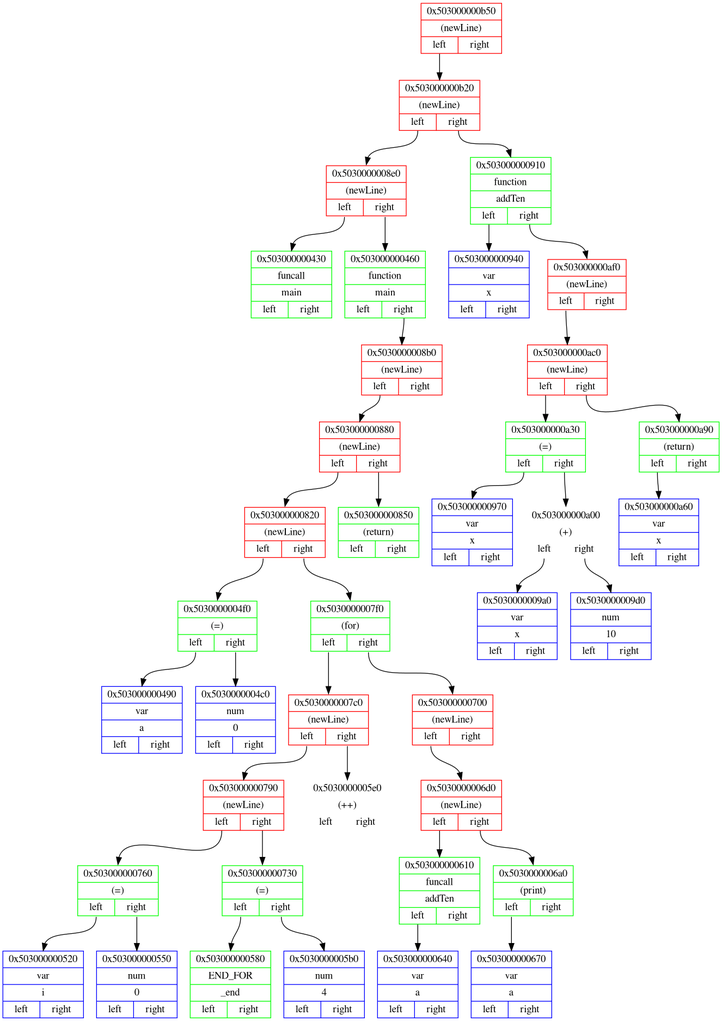
Earlier version of the Graphviz export png_files/frontenedDotFile.dot.png (Matvey787/myProgLanguage). Its source is kept beside it as dot_files/frontenedDotFile.dot.
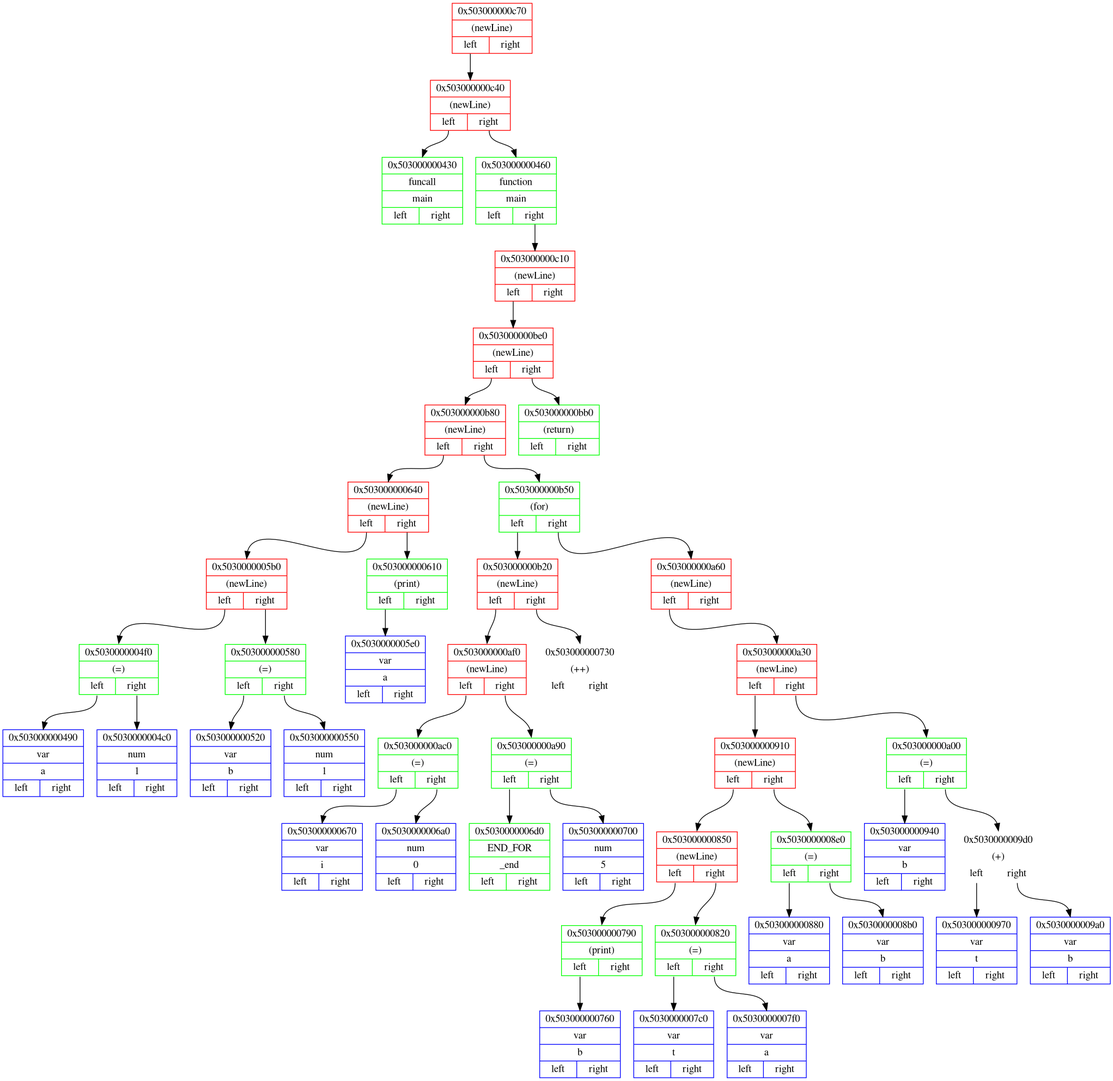
After the commit.

Diff of the diagram source:
```diff
@@ -2,81 +2,93 @@
 {
 rankdir=HR;
 
-node0x503000000b50 [ shape=record, color = red rank = 1, label= "{ 0x503000000b50 | (newLine) |         {<n0x503000000b50_l> left | <n0x503000000b50_r> right}} " ];
-node0x503000000b20 [ shape=record, color = red rank = 2, label= "{ 0x503000000b20 | (newLine) |         {<n0x503000000b20_l> left | <n0x503000000b20_r> right}} " ];
-node0x5030000008e0 [ shape=record, color = red rank = 3, label= "{ 0x5030000008e0 | (newLine) |         {<n0x5030000008e0_l> left | <n0x5030000008e0_r> right}} " ];
-node0x503000000430 [ shape=record, color = green rank = 4, label= "{ 0x503000000430 | funcall | main |         {<n0x503000000430_l> left | <n0x503000000430_r> right}} " ];
-node0x5030000008e0:<n0x5030000008e0_l>:s -> node0x503000000430:n [ color = black; ]
-node0x503000000460 [ shape=record, color = green rank = 5, label= "{ 0x503000000460 | function | main |         {<n0x503000000460_l> left | <n0x503000000460_r> right}} " ];
-node0x5030000008b0 [ shape=record, color = red rank = 6, label= "{ 0x5030000008b0 | (newLine) |         {<n0x5030000008b0_l> left | <n0x5030000008b0_r> right}} " ];
-node0x503000000880 [ shape=record, color = red rank = 7, label= "{ 0x503000000880 | (newLine) |         {<n0x503000000880_l> left | <n0x503000000880_r> right}} " ];
-node0x503000000820 [ shape=record, color = red rank = 8, label= "{ 0x503000000820 | (newLine) |         {<n0x503000000820_l> left | <n0x503000000820_r> right}} " ];
-node0x5030000004f0 [ shape=record, color = green rank = 9, label= "{ 0x5030000004f0 | (=) |         {<n0x5030000004f0_l> left | <n0x5030000004f0_r> right}} " ];
-node0x503000000490 [ shape=record, color = blue rank = 10, label= "{ 0x503000000490 | var | a |         {<n0x503000000490_l> left | <n0x503000000490_r> right}} " ];
+node0x503000000c70 [ shape=record, color = red rank = 1, label= "{ 0x503000000c70 | (newLine) |         {<n0x503000000c70_l> left | <n0x503000000c70_r> right}} " ];
+node0x503000000c40 [ shape=record, color = red rank = 2, label= "{ 0x503000000c40 | (newLine) |         {<n0x503000000c40_l> left | <n0x503000000c40_r> right}} " ];
+node0x503000000430 [ shape=record, color = green rank = 3, label= "{ 0x503000000430 | funcall | main |         {<n0x503000000430_l> left | <n0x503000000430_r> right}} " ];
+node0x503000000c40:<n0x503000000c40_l>:s -> node0x503000000430:n [ color = black; ]
+node0x503000000460 [ shape=record, color = green rank = 4, label= "{ 0x503000000460 | function | main |         {<n0x503000000460_l> left | <n0x503000000460_r> right}} " ];
+node0x503000000c10 [ shape=record, color = red rank = 5, label= "{ 0x503000000c10 | (newLine) |         {<n0x503000000c10_l> left | <n0x503000000c10_r> right}} " ];
+node0x503000000be0 [ shape=record, color = red rank = 6, label= "{ 0x503000000be0 | (newLine) |         {<n0x503000000be0_l> left | <n0x503000000be0_r> right}} " ];
+node0x503000000b80 [ shape=record, color = red rank = 7, label= "{ 0x503000000b80 | (newLine) |         {<n0x503000000b80_l> left | <n0x503000000b80_r> right}} " ];
+node0x503000000640 [ shape=record, color = red rank = 8, label= "{ 0x503000000640 | (newLine) |         {<n0x503000000640_l> left | <n0x503000000640_r> right}} " ];
+node0x5030000005b0 [ shape=record, color = red rank = 9, label= "{ 0x5030000005b0 | (newLine) |         {<n0x5030000005b0_l> left | <n0x5030000005b0_r> right}} " ];
+node0x5030000004f0 [ shape=record, color = green rank = 10, label= "{ 0x5030000004f0 | (=) |         {<n0x5030000004f0_l> left | <n0x5030000004f0_r> right}} " ];
+node0x503000000490 [ shape=record, color = blue rank = 11, label= "{ 0x503000000490 | var | a |         {<n0x503000000490_l> left | <n0x503000000490_r> right}} " ];
 node0x5030000004f0:<n0x5030000004f0_l>:s -> node0x503000000490:n [ color = black; ]
-node0x5030000004c0 [ shape=record, color = blue rank = 11, label= "{ 0x5030000004c0 | num | 0 |         {<n0x5030000004c0_l> left | <n0x5030000004c0_r> right}} " ];
+node0x5030000004c0 [ shape=record, color = blue rank = 12, label= "{ 0x5030000004c0 | num | 1 |         {<n0x5030000004c0_l> left | <n0x5030000004c0_r> right}} " ];
 node0x5030000004f0:<n0x5030000004f0_r>:s -> node0x5030000004c0:n [ color = black; ]
-node0x503000000820:<n0x503000000820_l>:s -> node0x5030000004f0:n [ color = black; ]
-node0x5030000007f0 [ shape=record, color = green rank = 10, label= "{ 0x5030000007f0 | (for) |         {<n0x5030000007f0_l> left | <n0x5030000007f0_r> right}} " ];
-node0x5030000007c0 [ shape=record, color = red rank = 11, label= "{ 0x5030000007c0 | (newLine) |         {<n0x5030000007c0_l> left | <n0x5030000007c0_r> right}} " ];
-node0x503000000790 [ shape=record, color = red rank = 12, label= "{ 0x503000000790 | (newLine) |         {<n0x503000000790_l> left | <n0x503000000790_r> right}} " ];
-node0x503000000760 [ shape=record, color = green rank = 13, label= "{ 0x503000000760 | (=) |         {<n0x503000000760_l> left | <n0x503000000760_r> right}} " ];
-node0x503000000520 [ shape=record, color = blue rank = 14, label= "{ 0x503000000520 | var | i |         {<n0x503000000520_l> left | <n0x503000000520_r> right}} " ];
-node0x503000000760:<n0x503000000760_l>:s -> node0x503000000520:n [ color = black; ]
-node0x503000000550 [ shape=record, color = blue rank = 15, label= "{ 0x503000000550 | num | 0 |         {<n0x503000000550_l> left | <n0x503000000550_r> right}} " ];
-node0x503000000760:<n0x503000000760_r>:s -> node0x503000000550:n [ color = black; ]
+node0x5030000005b0:<n0x5030000005b0_l>:s -> node0x5030000004f0:n [ color = black; ]
+node0x503000000580 [ shape=record, color = green rank = 11, label= "{ 0x503000000580 | (=) |         {<n0x503000000580_l> left | <n0x503000000580_r> right}} " ];
+node0x503000000520 [ shape=record, color = blue rank = 12, label= "{ 0x503000000520 | var | b |         {<n0x503000000520_l> left | <n0x503000000520_r> right}} " ];
+node0x503000000580:<n0x503000000580_l>:s -> node0x503000000520:n [ color = black; ]
+node0x503000000550 [ shape=record, color = blue rank = 13, label= "{ 0x503000000550 | num | 1 |         {<n0x503000000550_l> left | <n0x503000000550_r> right}} " ];
+node0x503000000580:<n0x503000000580_r>:s -> node0x503000000550:n [ color = black; ]
+node0x5030000005b0:<n0x5030000005b0_r>:s -> node0x503000000580:n [ color = black; ]
+node0x503000000640:<n0x503000000640_l>:s -> node0x5030000005b0:n [ color = black; ]
+node0x503000000610 [ shape=record, color = green rank = 10, label= "{ 0x503000000610 | (print) |         {<n0x503000000610_l> left | <n0x503000000610_r> right}} " ];
+node0x5030000005e0 [ shape=record, color = blue rank = 11, label= "{ 0x5030000005e0 | var | a |         {<n0x5030000005e0_l> left | <n0x5030000005e0_r> right}} " ];
+node0x503000000610:<n0x503000000610_l>:s -> node0x5030000005e0:n [ color = black; ]
+node0x503000000640:<n0x503000000640_r>:s -> node0x503000000610:n [ color = black; ]
+node0x503000000b80:<n0x503000000b80_l>:s -> node0x503000000640:n [ color = black; ]
+node0x503000000b50 [ shape=record, color = green rank = 9, label= "{ 0x503000000b50 | (for) |         {<n0x503000000b50_l> left | <n0x503000000b50_r> right}} " ];
+node0x503000000b20 [ shape=record, color = red rank = 10, label= "{ 0x503000000b20 | (newLine) |         {<n0x503000000b20_l> left | <n0x503000000b20_r> right}} " ];
+node0x503000000af0 [ shape=record, color = red rank = 11, label= "{ 0x503000000af0 | (newLine) |         {<n0x503000000af0_l> left | <n0x503000000af0_r> right}} " ];
+node0x503000000ac0 [ shape=record, color = green rank = 12, label= "{ 0x503000000ac0 | (=) |         {<n0x503000000ac0_l> left | <n0x503000000ac0_r> right}} " ];
+node0x503000000670 [ shape=record, color = blue rank = 13, label= "{ 0x503000000670 | var | i |         {<n0x503000000670_l> left | <n0x503000000670_r> right}} " ];
+node0x503000000ac0:<n0x503000000ac0_l>:s -> node0x503000000670:n [ color = black; ]
+node0x5030000006a0 [ shape=record, color = blue rank = 14, label= "{ 0x5030000006a0 | num | 0 |         {<n0x5030000006a0_l> left | <n0x5030000006a0_r> right}} " ];
+node0x503000000ac0:<n0x503000000ac0_r>:s -> node0x5030000006a0:n [ color = black; ]
+node0x503000000af0:<n0x503000000af0_l>:s -> node0x503000000ac0:n [ color = black; ]
+node0x503000000a90 [ shape=record, color = green rank = 13, label= "{ 0x503000000a90 | (=) |         {<n0x503000000a90_l> left | <n0x503000000a90_r> right}} " ];
+node0x5030000006d0 [ shape=record, color = green rank = 14, label= "{ 0x5030000006d0 | END_FOR | _end |         {<n0x5030000006d0_l> left | <n0x5030000006d0_r> right}} " ];
+node0x503000000a90:<n0x503000000a90_l>:s -> node0x5030000006d0:n [ color = black; ]
+node0x503000000700 [ shape=record, color = blue rank = 15, label= "{ 0x503000000700 | num | 5 |         {<n0x503000000700_l> left | <n0x503000000700_r> right}} " ];
+node0x503000000a90:<n0x503000000a90_r>:s -> node0x503000000700:n [ color = black; ]
+node0x503000000af0:<n0x503000000af0_r>:s -> node0x503000000a90:n [ color = black; ]
+node0x503000000b20:<n0x503000000b20_l>:s -> node0x503000000af0:n [ color = black; ]
+node0x503000000730 [ shape=record, color = white rank = 12, label= "{ 0x503000000730 | (++) |         {<n0x503000000730_l> left | <n0x503000000730_r> right}} " ];
+node0x503000000b20:<n0x503000000b20_r>:s -> node0x503000000730:n [ color = black; ]
+node0x503000000b50:<n0x503000000b50_l>:s -> node0x503000000b20:n [ color = black; ]
+node0x503000000a60 [ shape=record, color = red rank = 11, label= "{ 0x503000000a60 | (newLine) |         {<n0x503000000a60_l> left | <n0x503000000a60_r> right}} " ];
+node0x503000000a30 [ shape=record, color = red rank = 12, label= "{ 0x503000000a30 | (newLine) |         {<n0x503000000a30_l> left | <n0x503000000a30_r> right}} " ];
+node0x503000000910 [ shape=record, color = red rank = 13, label= "{ 0x503000000910 | (newLine) |         {<n0x503000000910_l> left | <n0x503000000910_r> right}} " ];
+node0x503000000850 [ shape=record, color = red rank = 14, label= "{ 0x503000000850 | (newLine) |         {<n0x503000000850_l> left | <n0x503000000850_r> right}} " ];
+node0x503000000790 [ shape=record, color = green rank = 15, label= "{ 0x503000000790 | (print) |         {<n0x503000000790_l> left | <n0x503000000790_r> right}} " ];
+node0x503000000760 [ shape=record, color = blue rank = 16, label= "{ 0x503000000760 | var | b |         {<n0x503000000760_l> left | <n0x503000000760_r> right}} " ];
 node0x503000000790:<n0x503000000790_l>:s -> node0x503000000760:n [ color = black; ]
-node0x503000000730 [ shape=record, color = green rank = 14, label= "{ 0x503000000730 | (=) |         {<n0x503000000730_l> left | <n0x503000000730_r> right}} " ];
-node0x503000000580 [ shape=record, color = green rank = 15, label= "{ 0x503000000580 | END_FOR | _end |         {<n0x503000000580_l> left | <n0x503000000580_r> right}} " ];
-node0x503000000730:<n0x503000000730_l>:s -> node0x503000000580:n [ color = black; ]
-node0x5030000005b0 [ shape=record, color = blue rank = 16, label= "{ 0x5030000005b0 | num | 4 |         {<n0x5030000005b0_l> left | <n0x5030000005b0_r> right}} " ];
-node0x503000000730:<n0x503000000730_r>:s -> node0x5030000005b0:n [ color = black; ]
-node0x503000000790:<n0x503000000790_r>:s -> node0x503000000730:n [ color = black; ]
-node0x5030000007c0:<n0x5030000007c0_l>:s -> node0x503000000790:n [ color = black; ]
-node0x5030000005e0 [ shape=record, color = white rank = 13, label= "{ 0x5030000005e0 | (++) |         {<n0x5030000005e0_l> left | <n0x5030000005e0_r> right}} " ];
-node0x5030000007c0:<n0x5030000007c0_r>:s -> node0x5030000005e0:n [ color = black; ]
-node0x5030000007f0:<n0x5030000007f0_l>:s -> node0x5030000007c0:n [ color = black; ]
-node0x503000000700 [ shape=record, color = red rank = 12, label= "{ 0x503000000700 | (newLine) |         {<n0x503000000700_l> left | <n0x503000000700_r> right}} " ];
-node0x5030000006d0 [ shape=record, color = red rank = 13, label= "{ 0x5030000006d0 | (newLine) |         {<n0x5030000006d0_l> left | <n0x5030000006d0_r> right}} " ];
-node0x503000000610 [ shape=record, color = green rank = 14, label= "{ 0x503000000610 | funcall | addTen |         {<n0x503000000610_l> left | <n0x503000000610_r> right}} " ];
-node0x503000000640 [ shape=record, color = blue rank = 15, label= "{ 0x503000000640 | var | a |         {<n0x503000000640_l> left | <n0x503000000640_r> right}} " ];
-node0x503000000610:<n0x503000000610_l>:s -> node0x503000000640:n [ color = black; ]
-node0x5030000006d0:<n0x5030000006d0_l>:s -> node0x503000000610:n [ color = black; ]
-node0x5030000006a0 [ shape=record, color = green rank = 15, label= "{ 0x5030000006a0 | (print) |         {<n0x5030000006a0_l> left | <n0x5030000006a0_r> right}} " ];
-node0x503000000670 [ shape=record, color = blue rank = 16, label= "{ 0x503000000670 | var | a |         {<n0x503000000670_l> left | <n0x503000000670_r> right}} " ];
-node0x5030000006a0:<n0x5030000006a0_l>:s -> node0x503000000670:n [ color = black; ]
-node0x5030000006d0:<n0x5030000006d0_r>:s -> node0x5030000006a0:n [ color = black; ]
-node0x503000000700:<n0x503000000700_l>:s -> node0x5030000006d0:n [ color = black; ]
-node0x5030000007f0:<n0x5030000007f0_r>:s -> node0x503000000700:n [ color = black; ]
+node0x503000000850:<n0x503000000850_l>:s -> node0x503000000790:n [ color = black; ]
+node0x503000000820 [ shape=record, color = green rank = 16, label= "{ 0x503000000820 | (=) |         {<n0x503000000820_l> left | <n0x503000000820_r> right}} " ];
+node0x5030000007c0 [ shape=record, color = blue rank = 17, label= "{ 0x5030000007c0 | var | t |         {<n0x5030000007c0_l> left | <n0x5030000007c0_r> right}} " ];
+node0x503000000820:<n0x503000000820_l>:s -> node0x5030000007c0:n [ color = black; ]
+node0x5030000007f0 [ shape=record, color = blue rank = 18, label= "{ 0x5030000007f0 | var | a |         {<n0x5030000007f0_l> left | <n0x5030000007f0_r> right}} " ];
 node0x503000000820:<n0x503000000820_r>:s -> node0x5030000007f0:n [ color = black; ]
-node0x503000000880:<n0x503000000880_l>:s -> node0x503000000820:n [ color = black; ]
-node0x503000000850 [ shape=record, color = green rank = 9, label= "{ 0x503000000850 | (return) |         {<n0x503000000850_l> left | <n0x503000000850_r> right}} " ];
-node0x503000000880:<n0x503000000880_r>:s -> node0x503000000850:n [ color = black; ]
-node0x5030000008b0:<n0x5030000008b0_l>:s -> node0x503000000880:n [ color = black; ]
-node0x503000000460:<n0x503000000460_r>:s -> node0x5030000008b0:n [ color = black; ]
-node0x5030000008e0:<n0x5030000008e0_r>:s -> node0x503000000460:n [ color = black; ]
-node0x503000000b20:<n0x503000000b20_l>:s -> node0x5030000008e0:n [ color = black; ]
-node0x503000000910 [ shape=record, color = green rank = 4, label= "{ 0x503000000910 | function | addTen |         {<n0x503000000910_l> left | <n0x503000000910_r> right}} " ];
-node0x503000000940 [ shape=record, color = blue rank = 5, label= "{ 0x503000000940 | var | x |         {<n0x503000000940_l> left | <n0x503000000940_r> right}} " ];
-node0x503000000910:<n0x503000000910_l>:s -> node0x503000000940:n [ color = black; ]
-node0x503000000af0 [ shape=record, color = red rank = 6, label= "{ 0x503000000af0 | (newLine) |         {<n0x503000000af0_l> left | <n0x503000000af0_r> right}} " ];
-node0x503000000ac0 [ shape=record, color = red rank = 7, label= "{ 0x503000000ac0 | (newLine) |         {<n0x503000000ac0_l> left | <n0x503000000ac0_r> right}} " ];
-node0x503000000a30 [ shape=record, color = green rank = 8, label= "{ 0x503000000a30 | (=) |         {<n0x503000000a30_l> left | <n0x503000000a30_r> right}} " ];
-node0x503000000970 [ shape=record, color = blue rank = 9, label= "{ 0x503000000970 | var | x |         {<n0x503000000970_l> left | <n0x503000000970_r> right}} " ];
-node0x503000000a30:<n0x503000000a30_l>:s -> node0x503000000970:n [ color = black; ]
-node0x503000000a00 [ shape=record, color = white rank = 10, label= "{ 0x503000000a00 | (+) |         {<n0x503000000a00_l> left | <n0x503000000a00_r> right}} " ];
-node0x5030000009a0 [ shape=record, color = blue rank = 11, label= "{ 0x5030000009a0 | var | x |         {<n0x5030000009a0_l> left | <n0x5030000009a0_r> right}} " ];
-node0x503000000a00:<n0x503000000a00_l>:s -> node0x5030000009a0:n [ color = black; ]
-node0x5030000009d0 [ shape=record, color = blue rank = 12, label= "{ 0x5030000009d0 | num | 10 |         {<n0x5030000009d0_l> left | <n0x5030000009d0_r> right}} " ];
+node0x503000000850:<n0x503000000850_r>:s -> node0x503000000820:n [ color = black; ]
+node0x503000000910:<n0x503000000910_l>:s -> node0x503000000850:n [ color = black; ]
+node0x5030000008e0 [ shape=record, color = green rank = 15, label= "{ 0x5030000008e0 | (=) |         {<n0x5030000008e0_l> left | <n0x5030000008e0_r> right}} " ];
+node0x503000000880 [ shape=record, color = blue rank = 16, label= "{ 0x503000000880 | var | a |         {<n0x503000000880_l> left | <n0x503000000880_r> right}} " ];
+node0x5030000008e0:<n0x5030000008e0_l>:s -> node0x503000000880:n [ color = black; ]
+node0x5030000008b0 [ shape=record, color = blue rank = 17, label= "{ 0x5030000008b0 | var | b |         {<n0x5030000008b0_l> left | <n0x5030000008b0_r> right}} " ];
+node0x5030000008e0:<n0x5030000008e0_r>:s -> node0x5030000008b0:n [ color = black; ]
+node0x503000000910:<n0x503000000910_r>:s -> node0x5030000008e0:n [ color = black; ]
+node0x503000000a30:<n0x503000000a30_l>:s -> node0x503000000910:n [ color = black; ]
+node0x503000000a00 [ shape=record, color = green rank = 14, label= "{ 0x503000000a00 | (=) |         {<n0x503000000a00_l> left | <n0x503000000a00_r> right}} " ];
+node0x503000000940 [ shape=record, color = blue rank = 15, label= "{ 0x503000000940 | var | b |         {<n0x503000000940_l> left | <n0x503000000940_r> right}} " ];
+node0x503000000a00:<n0x503000000a00_l>:s -> node0x503000000940:n [ color = black; ]
+node0x5030000009d0 [ shape=record, color = white rank = 16, label= "{ 0x5030000009d0 | (+) |         {<n0x5030000009d0_l> left | <n0x5030000009d0_r> right}} " ];
+node0x503000000970 [ shape=record, color = blue rank = 17, label= "{ 0x503000000970 | var | t |         {<n0x503000000970_l> left | <n0x503000000970_r> right}} " ];
+node0x5030000009d0:<n0x5030000009d0_l>:s -> node0x503000000970:n [ color = black; ]
+node0x5030000009a0 [ shape=record, color = blue rank = 18, label= "{ 0x5030000009a0 | var | b |         {<n0x5030000009a0_l> left | <n0x5030000009a0_r> right}} " ];
+node0x5030000009d0:<n0x5030000009d0_r>:s -> node0x5030000009a0:n [ color = black; ]
 node0x503000000a00:<n0x503000000a00_r>:s -> node0x5030000009d0:n [ color = black; ]
 node0x503000000a30:<n0x503000000a30_r>:s -> node0x503000000a00:n [ color = black; ]
-node0x503000000ac0:<n0x503000000ac0_l>:s -> node0x503000000a30:n [ color = black; ]
-node0x503000000a90 [ shape=record, color = green rank = 9, label= "{ 0x503000000a90 | (return) |         {<n0x503000000a90_l> left | <n0x503000000a90_r> right}} " ];
-node0x503000000a60 [ shape=record, color = blue rank = 10, label= "{ 0x503000000a60 | var | x |         {<n0x503000000a60_l> left | <n0x503000000a60_r> right}} " ];
-node0x503000000a90:<n0x503000000a90_l>:s -> node0x503000000a60:n [ color = black; ]
-node0x503000000ac0:<n0x503000000ac0_r>:s -> node0x503000000a90:n [ color = black; ]
-node0x503000000af0:<n0x503000000af0_l>:s -> node0x503000000ac0:n [ color = black; ]
-node0x503000000910:<n0x503000000910_r>:s -> node0x503000000af0:n [ color = black; ]
-node0x503000000b20:<n0x503000000b20_r>:s -> node0x503000000910:n [ color = black; ]
-node0x503000000b50:<n0x503000000b50_l>:s -> node0x503000000b20:n [ color = black; ]
+node0x503000000a60:<n0x503000000a60_l>:s -> node0x503000000a30:n [ color = black; ]
+node0x503000000b50:<n0x503000000b50_r>:s -> node0x503000000a60:n [ color = black; ]
+node0x503000000b80:<n0x503000000b80_r>:s -> node0x503000000b50:n [ color = black; ]
+node0x503000000be0:<n0x503000000be0_l>:s -> node0x503000000b80:n [ color = black; ]
+node0x503000000bb0 [ shape=record, color = green rank = 8, label= "{ 0x503000000bb0 | (return) |         {<n0x503000000bb0_l> left | <n0x503000000bb0_r> right}} " ];
+node0x503000000be0:<n0x503000000be0_r>:s -> node0x503000000bb0:n [ color = black; ]
+node0x503000000c10:<n0x503000000c10_l>:s -> node0x503000000be0:n [ color = black; ]
+node0x503000000460:<n0x503000000460_r>:s -> node0x503000000c10:n [ color = black; ]
+node0x503000000c40:<n0x503000000c40_r>:s -> node0x503000000460:n [ color = black; ]
+node0x503000000c70:<n0x503000000c70_l>:s -> node0x503000000c40:n [ color = black; ]
 }
```
